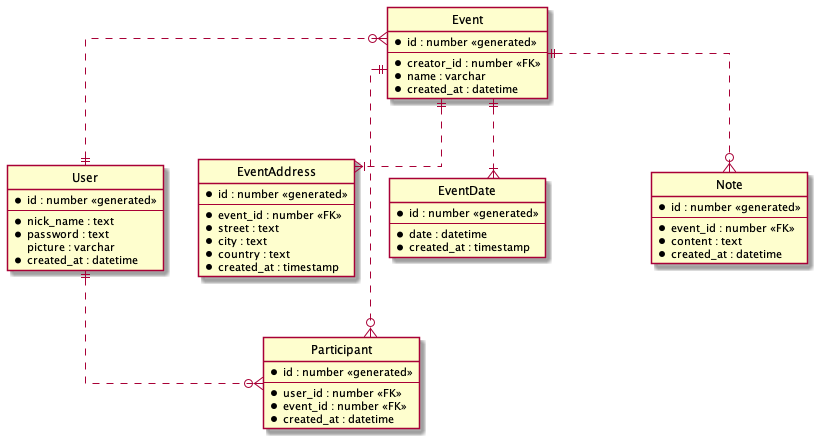
samuelgocnik/M33tings keeps this PlantUML diagram as diagrams/M33tings.png. Above is the earlier version.
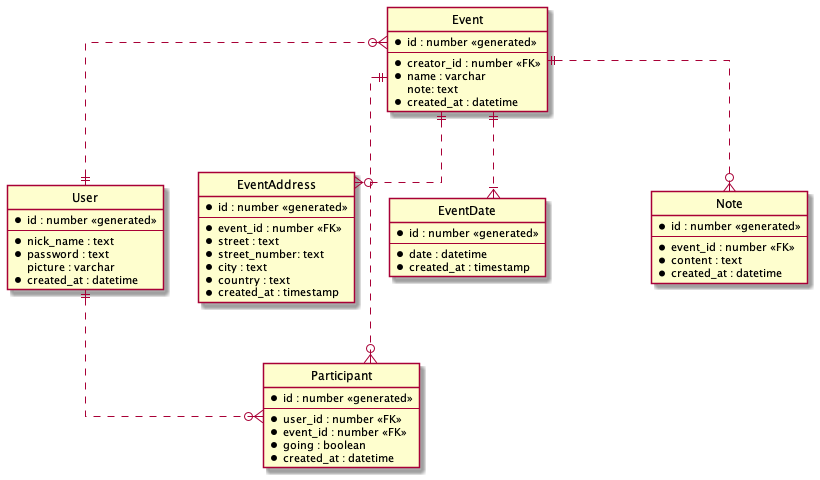
After the change.

Commit message:
feat: event list

The edit, as a diff of the source:
```diff
@@ -18,6 +18,7 @@
     --
     * creator_id : number <<FK>>
     * name : varchar
+      note: text
     * created_at : datetime
 }
 
@@ -26,6 +27,7 @@
     --
     *event_id : number <<FK>>
     *street : text
+    *street_number: text
     *city : text
     *country : text
     *created_at : timestamp
@@ -43,6 +45,7 @@
     --
     * user_id : number <<FK>>
     * event_id : number <<FK>>
+    * going : boolean
     * created_at : datetime
 }
 
@@ -60,7 +63,7 @@
 Event }o..|| User
 Event ||..o{ Note
 Event ||..|{ EventDate
-Event ||..|{ EventAddress
+Event ||..o{ EventAddress
 Event ||..o{ Participant
 User ||..o{ Participant
 
```
